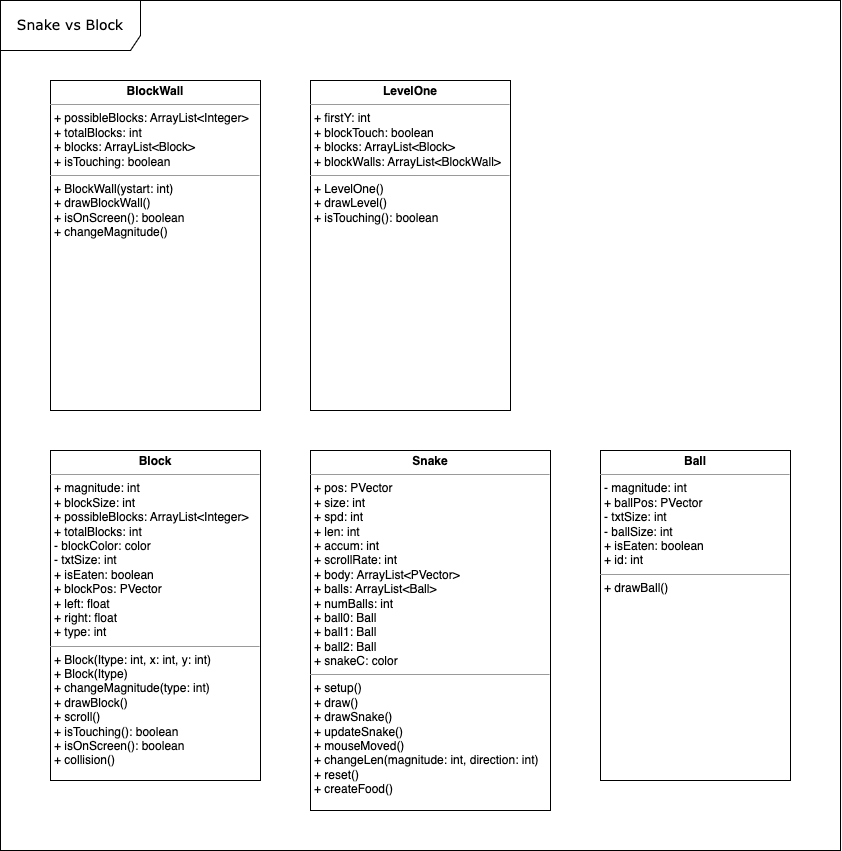
The draw.io diagram ouruml.png in madeline-lei/final_project, before a commit. Source tidied: cells renumbered, new cells last; positions are measured from the earlier drawing's top-left corner, leaving out a move shared by most shapes.
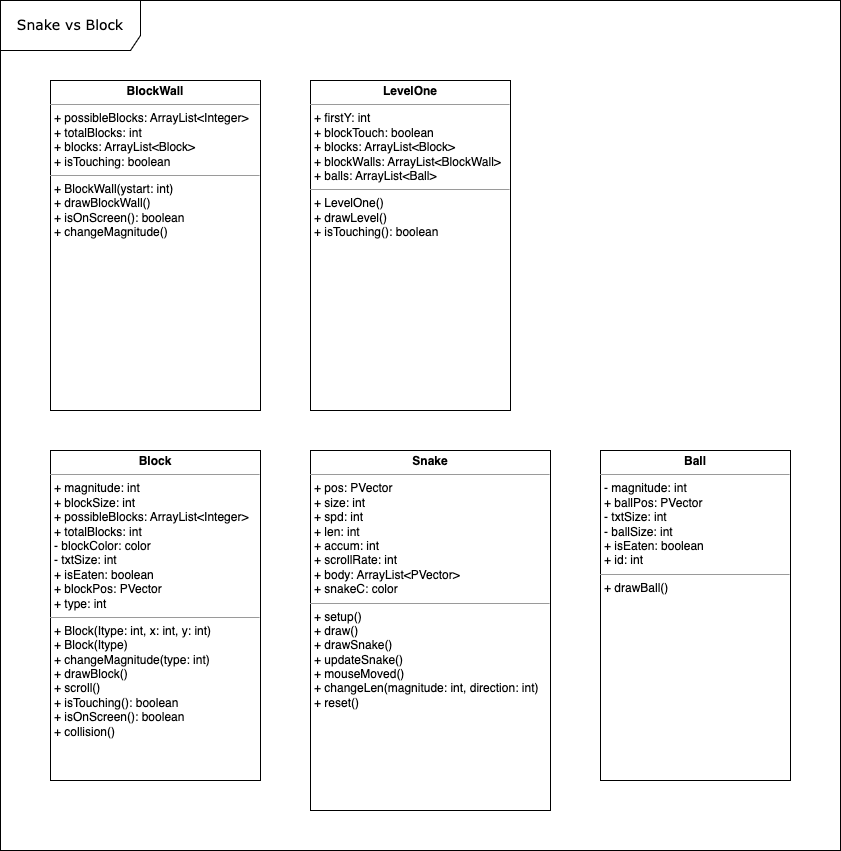
Later version of the same file.

Change to the diagram source:
```diff
@@ -5,16 +5,16 @@
     <mxCell id="2" value="&lt;font style=&quot;font-size: 14px;&quot;&gt;Snake vs Block&lt;/font&gt;" style="shape=umlFrame;whiteSpace=wrap;html=1;rounded=0;shadow=0;comic=0;labelBackgroundColor=none;strokeWidth=1;fontFamily=Verdana;fontSize=10;align=center;width=140;height=50;" parent="1" vertex="1">
       <mxGeometry width="840" height="850" as="geometry" />
     </mxCell>
-    <mxCell id="3" value="&lt;p style=&quot;margin:0px;margin-top:4px;text-align:center;&quot;&gt;&lt;b&gt;Snake&lt;/b&gt;&lt;/p&gt;&lt;hr size=&quot;1&quot;&gt;&lt;p style=&quot;margin:0px;margin-left:4px;&quot;&gt;+ pos: PVector&lt;/p&gt;&lt;p style=&quot;margin:0px;margin-left:4px;&quot;&gt;+ size: int&lt;/p&gt;&lt;p style=&quot;margin:0px;margin-left:4px;&quot;&gt;+ spd: int&lt;/p&gt;&lt;p style=&quot;margin:0px;margin-left:4px;&quot;&gt;+ len: int&lt;/p&gt;&lt;p style=&quot;margin:0px;margin-left:4px;&quot;&gt;+ accum: int&lt;/p&gt;&lt;p style=&quot;margin:0px;margin-left:4px;&quot;&gt;+ scrollRate: int&lt;/p&gt;&lt;p style=&quot;margin:0px;margin-left:4px;&quot;&gt;&lt;/p&gt;&lt;p style=&quot;margin:0px;margin-left:4px;&quot;&gt;+ body: ArrayList&amp;lt;PVector&amp;gt;&lt;/p&gt;&lt;p style=&quot;margin:0px;margin-left:4px;&quot;&gt;+ balls: ArrayList&amp;lt;Ball&amp;gt;&lt;/p&gt;&lt;p style=&quot;margin:0px;margin-left:4px;&quot;&gt;+ numBalls: int&lt;/p&gt;&lt;p style=&quot;margin:0px;margin-left:4px;&quot;&gt;+ ball0: Ball&lt;/p&gt;&lt;p style=&quot;border-color: var(--border-color); margin: 0px 0px 0px 4px;&quot;&gt;+ ball1: Ball&lt;/p&gt;&lt;div&gt;&lt;p style=&quot;border-color: var(--border-color); margin: 0px 0px 0px 4px;&quot;&gt;+ ball2: Ball&lt;/p&gt;&lt;/div&gt;&lt;p style=&quot;margin:0px;margin-left:4px;&quot;&gt;+ snakeC: color&lt;/p&gt;&lt;hr size=&quot;1&quot;&gt;&lt;p style=&quot;margin:0px;margin-left:4px;&quot;&gt;+ setup()&lt;/p&gt;&lt;p style=&quot;margin:0px;margin-left:4px;&quot;&gt;+ draw()&lt;/p&gt;&lt;p style=&quot;margin:0px;margin-left:4px;&quot;&gt;+ drawSnake()&lt;/p&gt;&lt;p style=&quot;margin:0px;margin-left:4px;&quot;&gt;+ updateSnake()&lt;/p&gt;&lt;p style=&quot;margin:0px;margin-left:4px;&quot;&gt;+ mouseMoved()&lt;/p&gt;&lt;p style=&quot;margin:0px;margin-left:4px;&quot;&gt;+ changeLen(magnitude: int, direction: int)&lt;/p&gt;&lt;p style=&quot;margin:0px;margin-left:4px;&quot;&gt;+ reset()&lt;/p&gt;&lt;p style=&quot;margin:0px;margin-left:4px;&quot;&gt;+ createFood()&lt;br&gt;&lt;/p&gt;&lt;p style=&quot;margin:0px;margin-left:4px;&quot;&gt;&lt;br&gt;&lt;/p&gt;" style="verticalAlign=top;align=left;overflow=fill;fontSize=12;fontFamily=Helvetica;html=1;rounded=0;shadow=0;comic=0;labelBackgroundColor=none;strokeWidth=1;" parent="1" vertex="1">
+    <mxCell id="3" value="&lt;p style=&quot;margin:0px;margin-top:4px;text-align:center;&quot;&gt;&lt;b&gt;Snake&lt;/b&gt;&lt;/p&gt;&lt;hr size=&quot;1&quot;&gt;&lt;p style=&quot;margin:0px;margin-left:4px;&quot;&gt;+ pos: PVector&lt;/p&gt;&lt;p style=&quot;margin:0px;margin-left:4px;&quot;&gt;+ size: int&lt;/p&gt;&lt;p style=&quot;margin:0px;margin-left:4px;&quot;&gt;+ spd: int&lt;/p&gt;&lt;p style=&quot;margin:0px;margin-left:4px;&quot;&gt;+ len: int&lt;/p&gt;&lt;p style=&quot;margin:0px;margin-left:4px;&quot;&gt;+ accum: int&lt;/p&gt;&lt;p style=&quot;margin:0px;margin-left:4px;&quot;&gt;+ scrollRate: int&lt;/p&gt;&lt;p style=&quot;margin:0px;margin-left:4px;&quot;&gt;&lt;/p&gt;&lt;p style=&quot;margin:0px;margin-left:4px;&quot;&gt;+ body: ArrayList&amp;lt;PVector&amp;gt;&lt;/p&gt;&lt;p style=&quot;margin:0px;margin-left:4px;&quot;&gt;&lt;span style=&quot;background-color: initial;&quot;&gt;+ snakeC: color&lt;/span&gt;&lt;br&gt;&lt;/p&gt;&lt;hr size=&quot;1&quot;&gt;&lt;p style=&quot;margin:0px;margin-left:4px;&quot;&gt;+ setup()&lt;/p&gt;&lt;p style=&quot;margin:0px;margin-left:4px;&quot;&gt;+ draw()&lt;/p&gt;&lt;p style=&quot;margin:0px;margin-left:4px;&quot;&gt;+ drawSnake()&lt;/p&gt;&lt;p style=&quot;margin:0px;margin-left:4px;&quot;&gt;+ updateSnake()&lt;/p&gt;&lt;p style=&quot;margin:0px;margin-left:4px;&quot;&gt;+ mouseMoved()&lt;/p&gt;&lt;p style=&quot;margin:0px;margin-left:4px;&quot;&gt;+ changeLen(magnitude: int, direction: int)&lt;/p&gt;&lt;p style=&quot;margin:0px;margin-left:4px;&quot;&gt;+ reset()&lt;/p&gt;" style="verticalAlign=top;align=left;overflow=fill;fontSize=12;fontFamily=Helvetica;html=1;rounded=0;shadow=0;comic=0;labelBackgroundColor=none;strokeWidth=1;" parent="1" vertex="1">
       <mxGeometry x="310" y="450" width="240" height="360" as="geometry" />
     </mxCell>
-    <mxCell id="4" value="&lt;p style=&quot;margin:0px;margin-top:4px;text-align:center;&quot;&gt;&lt;b&gt;Block&lt;/b&gt;&lt;/p&gt;&lt;hr size=&quot;1&quot;&gt;&lt;p style=&quot;margin:0px;margin-left:4px;&quot;&gt;+ magnitude: int&lt;/p&gt;&lt;p style=&quot;margin:0px;margin-left:4px;&quot;&gt;+ blockSize: int&lt;/p&gt;&lt;p style=&quot;margin:0px;margin-left:4px;&quot;&gt;&lt;span style=&quot;background-color: initial;&quot;&gt;+ possibleBlocks: ArrayList&amp;lt;Integer&amp;gt;&lt;/span&gt;&lt;br&gt;&lt;/p&gt;&lt;p style=&quot;margin:0px;margin-left:4px;&quot;&gt;&lt;span style=&quot;background-color: initial;&quot;&gt;+ totalBlocks: int&lt;/span&gt;&lt;/p&gt;&lt;p style=&quot;margin:0px;margin-left:4px;&quot;&gt;- blockColor: color&lt;/p&gt;&lt;p style=&quot;margin:0px;margin-left:4px;&quot;&gt;- txtSize: int&lt;/p&gt;&lt;p style=&quot;margin:0px;margin-left:4px;&quot;&gt;+ isEaten: boolean&lt;/p&gt;&lt;p style=&quot;margin:0px;margin-left:4px;&quot;&gt;+ blockPos: PVector&lt;br&gt;&lt;/p&gt;&lt;p style=&quot;margin:0px;margin-left:4px;&quot;&gt;+ left: float&lt;/p&gt;&lt;p style=&quot;margin:0px;margin-left:4px;&quot;&gt;+ right: float&lt;/p&gt;&lt;p style=&quot;margin:0px;margin-left:4px;&quot;&gt;+ type: int&lt;/p&gt;&lt;hr size=&quot;1&quot;&gt;&lt;p style=&quot;margin:0px;margin-left:4px;&quot;&gt;+ Block(Itype: int, x: int, y: int)&lt;/p&gt;&lt;p style=&quot;margin:0px;margin-left:4px;&quot;&gt;+ Block(Itype)&lt;/p&gt;&lt;p style=&quot;margin:0px;margin-left:4px;&quot;&gt;+ changeMagnitude(type: int)&lt;/p&gt;&lt;p style=&quot;margin:0px;margin-left:4px;&quot;&gt;+ drawBlock()&lt;/p&gt;&lt;p style=&quot;margin:0px;margin-left:4px;&quot;&gt;+ scroll()&lt;/p&gt;&lt;p style=&quot;margin:0px;margin-left:4px;&quot;&gt;+ isTouching(): boolean&lt;/p&gt;&lt;p style=&quot;margin:0px;margin-left:4px;&quot;&gt;+ isOnScreen(): boolean&lt;br&gt;+ collision()&lt;/p&gt;" style="verticalAlign=top;align=left;overflow=fill;fontSize=12;fontFamily=Helvetica;html=1;rounded=0;shadow=0;comic=0;labelBackgroundColor=none;strokeWidth=1;" parent="1" vertex="1">
+    <mxCell id="4" value="&lt;p style=&quot;margin:0px;margin-top:4px;text-align:center;&quot;&gt;&lt;b&gt;Block&lt;/b&gt;&lt;/p&gt;&lt;hr size=&quot;1&quot;&gt;&lt;p style=&quot;margin:0px;margin-left:4px;&quot;&gt;+ magnitude: int&lt;/p&gt;&lt;p style=&quot;margin:0px;margin-left:4px;&quot;&gt;+ blockSize: int&lt;/p&gt;&lt;p style=&quot;margin:0px;margin-left:4px;&quot;&gt;&lt;span style=&quot;background-color: initial;&quot;&gt;+ possibleBlocks: ArrayList&amp;lt;Integer&amp;gt;&lt;/span&gt;&lt;br&gt;&lt;/p&gt;&lt;p style=&quot;margin:0px;margin-left:4px;&quot;&gt;&lt;span style=&quot;background-color: initial;&quot;&gt;+ totalBlocks: int&lt;/span&gt;&lt;/p&gt;&lt;p style=&quot;margin:0px;margin-left:4px;&quot;&gt;- blockColor: color&lt;/p&gt;&lt;p style=&quot;margin:0px;margin-left:4px;&quot;&gt;- txtSize: int&lt;/p&gt;&lt;p style=&quot;margin:0px;margin-left:4px;&quot;&gt;+ isEaten: boolean&lt;/p&gt;&lt;p style=&quot;margin:0px;margin-left:4px;&quot;&gt;+ blockPos: PVector&lt;br&gt;&lt;/p&gt;&lt;p style=&quot;margin:0px;margin-left:4px;&quot;&gt;&lt;span style=&quot;background-color: initial;&quot;&gt;+ type: int&lt;/span&gt;&lt;br&gt;&lt;/p&gt;&lt;hr size=&quot;1&quot;&gt;&lt;p style=&quot;margin:0px;margin-left:4px;&quot;&gt;+ Block(Itype: int, x: int, y: int)&lt;/p&gt;&lt;p style=&quot;margin:0px;margin-left:4px;&quot;&gt;+ Block(Itype)&lt;/p&gt;&lt;p style=&quot;margin:0px;margin-left:4px;&quot;&gt;+ changeMagnitude(type: int)&lt;/p&gt;&lt;p style=&quot;margin:0px;margin-left:4px;&quot;&gt;+ drawBlock()&lt;/p&gt;&lt;p style=&quot;margin:0px;margin-left:4px;&quot;&gt;+ scroll()&lt;/p&gt;&lt;p style=&quot;margin:0px;margin-left:4px;&quot;&gt;+ isTouching(): boolean&lt;/p&gt;&lt;p style=&quot;margin:0px;margin-left:4px;&quot;&gt;+ isOnScreen(): boolean&lt;br&gt;+ collision()&lt;/p&gt;" style="verticalAlign=top;align=left;overflow=fill;fontSize=12;fontFamily=Helvetica;html=1;rounded=0;shadow=0;comic=0;labelBackgroundColor=none;strokeWidth=1;" parent="1" vertex="1">
       <mxGeometry x="50" y="450" width="210" height="330" as="geometry" />
     </mxCell>
     <mxCell id="5" value="&lt;p style=&quot;margin:0px;margin-top:4px;text-align:center;&quot;&gt;&lt;b&gt;Ball&lt;/b&gt;&lt;/p&gt;&lt;hr size=&quot;1&quot;&gt;&lt;p style=&quot;margin:0px;margin-left:4px;&quot;&gt;- magnitude: int&lt;/p&gt;&lt;p style=&quot;margin:0px;margin-left:4px;&quot;&gt;+ ballPos: PVector&lt;/p&gt;&lt;p style=&quot;margin:0px;margin-left:4px;&quot;&gt;- txtSize: int&lt;/p&gt;&lt;p style=&quot;margin:0px;margin-left:4px;&quot;&gt;- ballSize: int&lt;/p&gt;&lt;p style=&quot;margin:0px;margin-left:4px;&quot;&gt;+ isEaten: boolean&lt;/p&gt;&lt;p style=&quot;margin:0px;margin-left:4px;&quot;&gt;+ id: int&lt;br&gt;&lt;/p&gt;&lt;hr size=&quot;1&quot;&gt;&lt;p style=&quot;margin:0px;margin-left:4px;&quot;&gt;+ drawBall()&lt;br&gt;&lt;/p&gt;" style="verticalAlign=top;align=left;overflow=fill;fontSize=12;fontFamily=Helvetica;html=1;rounded=0;shadow=0;comic=0;labelBackgroundColor=none;strokeWidth=1;" parent="1" vertex="1">
       <mxGeometry x="600" y="450" width="190" height="330" as="geometry" />
     </mxCell>
-    <mxCell id="6" value="&lt;p style=&quot;margin:0px;margin-top:4px;text-align:center;&quot;&gt;&lt;b&gt;LevelOne&lt;/b&gt;&lt;/p&gt;&lt;hr size=&quot;1&quot;&gt;&lt;p style=&quot;margin:0px;margin-left:4px;&quot;&gt;+ firstY: int&lt;/p&gt;&lt;p style=&quot;margin:0px;margin-left:4px;&quot;&gt;+ blockTouch: boolean&lt;br&gt;+ blocks: ArrayList&amp;lt;Block&amp;gt;&lt;br&gt;+ blockWalls: ArrayList&amp;lt;BlockWall&amp;gt;&lt;/p&gt;&lt;hr size=&quot;1&quot;&gt;&lt;p style=&quot;margin:0px;margin-left:4px;&quot;&gt;+ LevelOne()&lt;/p&gt;&lt;p style=&quot;margin:0px;margin-left:4px;&quot;&gt;+ drawLevel()&lt;/p&gt;&lt;p style=&quot;margin:0px;margin-left:4px;&quot;&gt;+ isTouching(): boolean&lt;/p&gt;" style="verticalAlign=top;align=left;overflow=fill;fontSize=12;fontFamily=Helvetica;html=1;rounded=0;shadow=0;comic=0;labelBackgroundColor=none;strokeWidth=1;" parent="1" vertex="1">
+    <mxCell id="6" value="&lt;p style=&quot;margin:0px;margin-top:4px;text-align:center;&quot;&gt;&lt;b&gt;LevelOne&lt;/b&gt;&lt;/p&gt;&lt;hr size=&quot;1&quot;&gt;&lt;p style=&quot;margin:0px;margin-left:4px;&quot;&gt;+ firstY: int&lt;/p&gt;&lt;p style=&quot;margin:0px;margin-left:4px;&quot;&gt;+ blockTouch: boolean&lt;br&gt;+ blocks: ArrayList&amp;lt;Block&amp;gt;&lt;br&gt;+ blockWalls: ArrayList&amp;lt;BlockWall&amp;gt;&lt;/p&gt;&lt;p style=&quot;border-color: var(--border-color); margin: 0px 0px 0px 4px;&quot;&gt;+ balls: ArrayList&amp;lt;Ball&amp;gt;&lt;/p&gt;&lt;hr size=&quot;1&quot;&gt;&lt;p style=&quot;margin:0px;margin-left:4px;&quot;&gt;+ LevelOne()&lt;/p&gt;&lt;p style=&quot;margin:0px;margin-left:4px;&quot;&gt;+ drawLevel()&lt;/p&gt;&lt;p style=&quot;margin:0px;margin-left:4px;&quot;&gt;+ isTouching(): boolean&lt;/p&gt;" style="verticalAlign=top;align=left;overflow=fill;fontSize=12;fontFamily=Helvetica;html=1;rounded=0;shadow=0;comic=0;labelBackgroundColor=none;strokeWidth=1;" parent="1" vertex="1">
       <mxGeometry x="310" y="80" width="200" height="330" as="geometry" />
     </mxCell>
     <mxCell id="7" value="&lt;p style=&quot;margin:0px;margin-top:4px;text-align:center;&quot;&gt;&lt;b&gt;BlockWall&lt;/b&gt;&lt;/p&gt;&lt;hr size=&quot;1&quot;&gt;&lt;p style=&quot;margin:0px;margin-left:4px;&quot;&gt;+ possibleBlocks: ArrayList&amp;lt;Integer&amp;gt;&lt;/p&gt;&lt;p style=&quot;margin:0px;margin-left:4px;&quot;&gt;+ totalBlocks: int&lt;/p&gt;&lt;p style=&quot;margin:0px;margin-left:4px;&quot;&gt;+ blocks: ArrayList&amp;lt;Block&amp;gt;&lt;/p&gt;&lt;p style=&quot;margin:0px;margin-left:4px;&quot;&gt;+ isTouching: boolean&lt;/p&gt;&lt;hr size=&quot;1&quot;&gt;&lt;p style=&quot;margin:0px;margin-left:4px;&quot;&gt;+ BlockWall(ystart: int)&lt;/p&gt;&lt;p style=&quot;margin:0px;margin-left:4px;&quot;&gt;+ drawBlockWall()&lt;/p&gt;&lt;p style=&quot;margin:0px;margin-left:4px;&quot;&gt;+ isOnScreen(): boolean&lt;/p&gt;&lt;p style=&quot;margin:0px;margin-left:4px;&quot;&gt;+ changeMagnitude()&lt;/p&gt;" style="verticalAlign=top;align=left;overflow=fill;fontSize=12;fontFamily=Helvetica;html=1;rounded=0;shadow=0;comic=0;labelBackgroundColor=none;strokeWidth=1;" parent="1" vertex="1">
```
